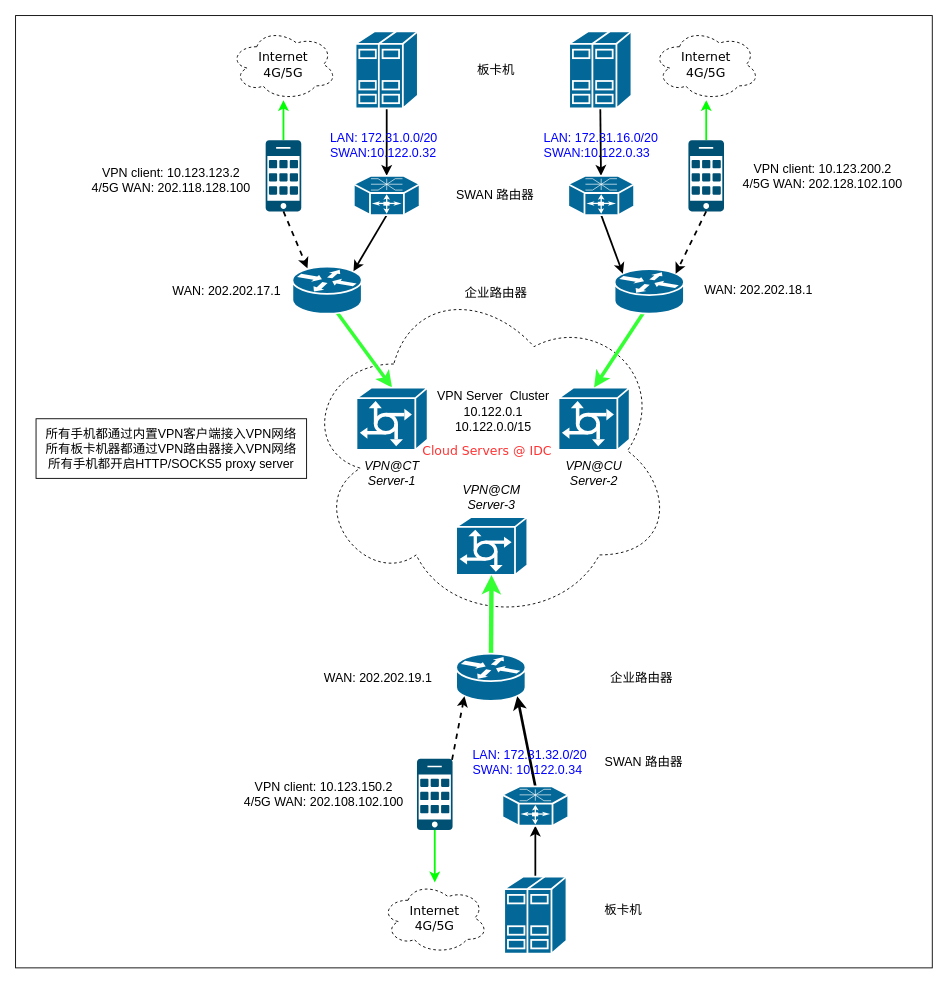
The draw.io diagram Untitled Diagram.drawio in nxtreaming/andy_study, before the edit. Source tidied: cells renumbered, new cells numbered last; positions are measured from the earlier drawing's top-left corner, leaving out a move shared by most shapes. Both pictures are drawn from the tidied source at 89%, with x=0, y=0 at pixel (15, 15).
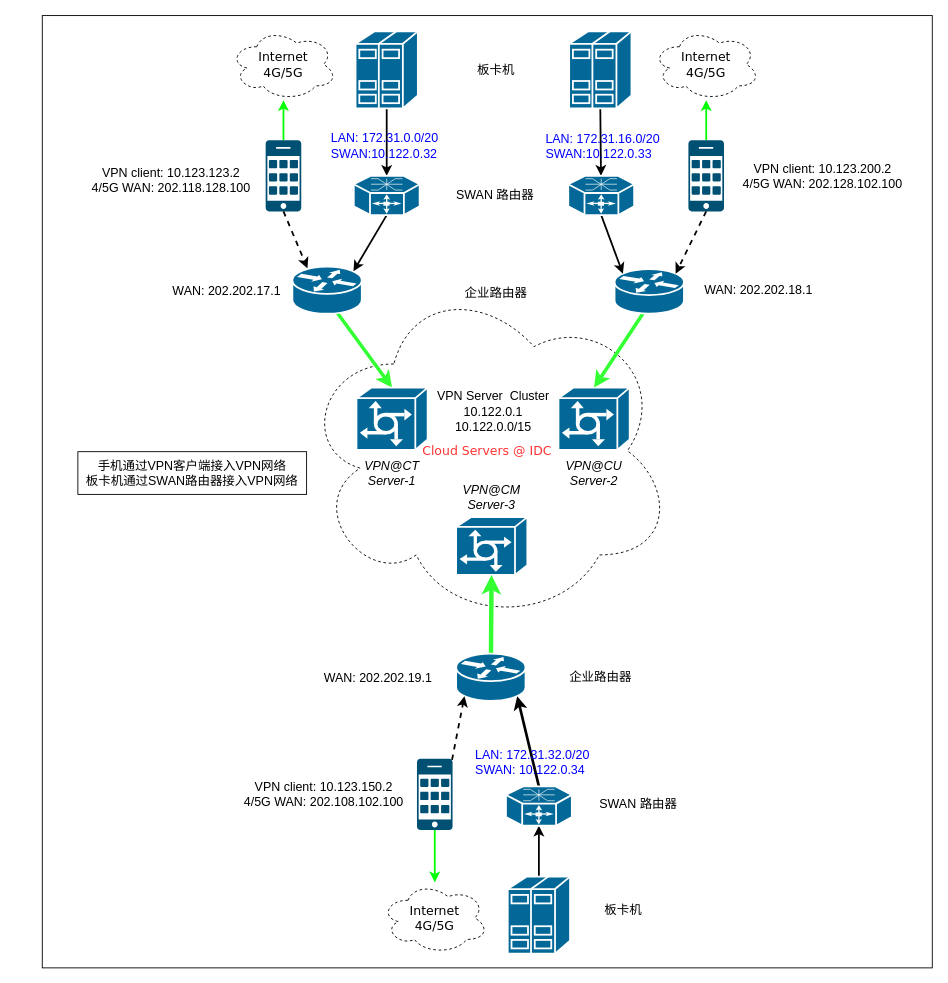
The same diagram, later.

Change to the diagram source:
```diff
@@
     <mxCell id="2" style="whiteSpace=wrap;html=1;fontColor=#0000FF;" parent="1" vertex="1">
-      <mxGeometry width="1030" height="1070" as="geometry" />
+      <mxGeometry x="30" width="1000" height="1070" as="geometry" />
     </mxCell>
@@
     <mxCell id="34" style="shape=mxgraph.cisco.servers.standard_host;sketch=0;html=1;dashed=0;fillColor=#036897;strokeColor=#ffffff;strokeWidth=2;verticalLabelPosition=bottom;verticalAlign=top;align=center;outlineConnect=0;" parent="1" vertex="1">
-      <mxGeometry x="549" y="967.5" width="70" height="86.5" as="geometry" />
+      <mxGeometry x="553" y="967.5" width="70" height="86.5" as="geometry" />
     </mxCell>
@@
-    <mxCell id="46" value="&lt;font face=&quot;Helvetica&quot; style=&quot;font-size: 14px;&quot;&gt;所有手机都通过内置VPN客户端接入VPN网络&lt;br&gt;&lt;/font&gt;&lt;font face=&quot;Helvetica&quot; style=&quot;font-size: 14px;&quot;&gt;所有板卡机器都通过VPN路由器接入VPN网络&lt;br&gt;&lt;/font&gt;&lt;span style=&quot;border-color: var(--border-color);&quot;&gt;&lt;font style=&quot;border-color: var(--border-color); font-size: 14px;&quot;&gt;所有手机都开启HTTP/SOCKS5 proxy server&lt;/font&gt;&lt;/span&gt;&lt;font style=&quot;border-color: var(--border-color); font-size: 14px;&quot; face=&quot;Helvetica&quot;&gt;&lt;b style=&quot;border-color: var(--border-color);&quot;&gt;&lt;br style=&quot;border-color: var(--border-color);&quot;&gt;&lt;/b&gt;&lt;/font&gt;" style="whiteSpace=wrap;html=1;fillColor=#FFFFFF;" parent="1" vertex="1">
-      <mxGeometry x="23" y="453" width="304" height="67" as="geometry" />
+    <mxCell id="46" value="&lt;font face=&quot;Helvetica&quot; style=&quot;font-size: 14px;&quot;&gt;手机通过VPN客户端接入VPN网络&lt;br&gt;&lt;/font&gt;&lt;font face=&quot;Helvetica&quot; style=&quot;font-size: 14px;&quot;&gt;板卡机通过SWAN路由器接入VPN网络&lt;/font&gt;&lt;font style=&quot;border-color: var(--border-color); font-size: 14px;&quot; face=&quot;Helvetica&quot;&gt;&lt;b style=&quot;border-color: var(--border-color);&quot;&gt;&lt;br style=&quot;border-color: var(--border-color);&quot;&gt;&lt;/b&gt;&lt;/font&gt;" style="whiteSpace=wrap;html=1;fillColor=#FFFFFF;" parent="1" vertex="1">
+      <mxGeometry x="70" y="490" width="257" height="48" as="geometry" />
     </mxCell>
@@
     <mxCell id="50" style="shape=mxgraph.cisco.routers.optical_services_router;sketch=0;html=1;dashed=0;fillColor=#036897;strokeColor=#ffffff;strokeWidth=2;verticalLabelPosition=bottom;verticalAlign=top;align=center;outlineConnect=0;" parent="1" vertex="1">
-      <mxGeometry x="547" y="866.1" width="74" height="44.2" as="geometry" />
+      <mxGeometry x="551" y="866.1" width="74" height="44.2" as="geometry" />
     </mxCell>
     <mxCell id="51" value="&lt;font style=&quot;font-size: 14px;&quot;&gt;企业路由器&lt;/font&gt;" style="text;strokeColor=none;align=center;fillColor=#FFFFFF;html=1;verticalAlign=middle;whiteSpace=wrap;rounded=0;" parent="1" vertex="1">
-      <mxGeometry x="651" y="729" width="105" height="30" as="geometry" />
+      <mxGeometry x="604.5" y="728" width="105" height="30" as="geometry" />
     </mxCell>
     <mxCell id="52" value="&lt;font style=&quot;font-size: 14px;&quot;&gt;SWAN 路由器&lt;/font&gt;" style="text;strokeColor=none;align=center;fillColor=#FFFFFF;html=1;verticalAlign=middle;whiteSpace=wrap;rounded=0;fontColor=#000000;" parent="1" vertex="1">
-      <mxGeometry x="656" y="824" width="100" height="30" as="geometry" />
+      <mxGeometry x="650" y="870.9" width="100" height="30" as="geometry" />
     </mxCell>
@@
     <mxCell id="54" value="&lt;font color=&quot;#0000ff&quot; style=&quot;font-size: 14px;&quot;&gt;LAN: 172.31.0.0/20&lt;br&gt;&lt;div style=&quot;text-align: left;&quot;&gt;&lt;span style=&quot;background-color: initial;&quot;&gt;SWAN:10.122.0.32&lt;/span&gt;&lt;/div&gt;&lt;/font&gt;" style="text;strokeColor=none;align=center;fillColor=none;html=1;verticalAlign=middle;whiteSpace=wrap;rounded=0;" parent="1" vertex="1">
-      <mxGeometry x="344" y="130" width="140" height="30" as="geometry" />
+      <mxGeometry x="345" y="131" width="140" height="30" as="geometry" />
     </mxCell>
     <mxCell id="55" value="&lt;font color=&quot;#0000ff&quot; style=&quot;font-size: 14px;&quot;&gt;LAN: 172.31.16.0/20&lt;br&gt;&lt;div style=&quot;text-align: left;&quot;&gt;&lt;span style=&quot;background-color: initial;&quot;&gt;SWAN:10.122.0.33&lt;/span&gt;&lt;/div&gt;&lt;/font&gt;" style="text;strokeColor=none;align=center;fillColor=none;html=1;verticalAlign=middle;whiteSpace=wrap;rounded=0;" parent="1" vertex="1">
-      <mxGeometry x="588" y="130" width="140" height="30" as="geometry" />
+      <mxGeometry x="590" y="132" width="140" height="30" as="geometry" />
     </mxCell>
     <mxCell id="56" value="&lt;font color=&quot;#0000ff&quot; style=&quot;font-size: 14px;&quot;&gt;LAN: 172.31.32.0/20&lt;br&gt;&lt;div style=&quot;text-align: left;&quot;&gt;&lt;span style=&quot;background-color: initial;&quot;&gt;SWAN: 10.122.0.34&lt;/span&gt;&lt;/div&gt;&lt;/font&gt;" style="text;strokeColor=none;align=center;fillColor=none;html=1;verticalAlign=middle;whiteSpace=wrap;rounded=0;" parent="1" vertex="1">
-      <mxGeometry x="508" y="824" width="140" height="30" as="geometry" />
+      <mxGeometry x="511" y="824" width="140" height="30" as="geometry" />
     </mxCell>
```
